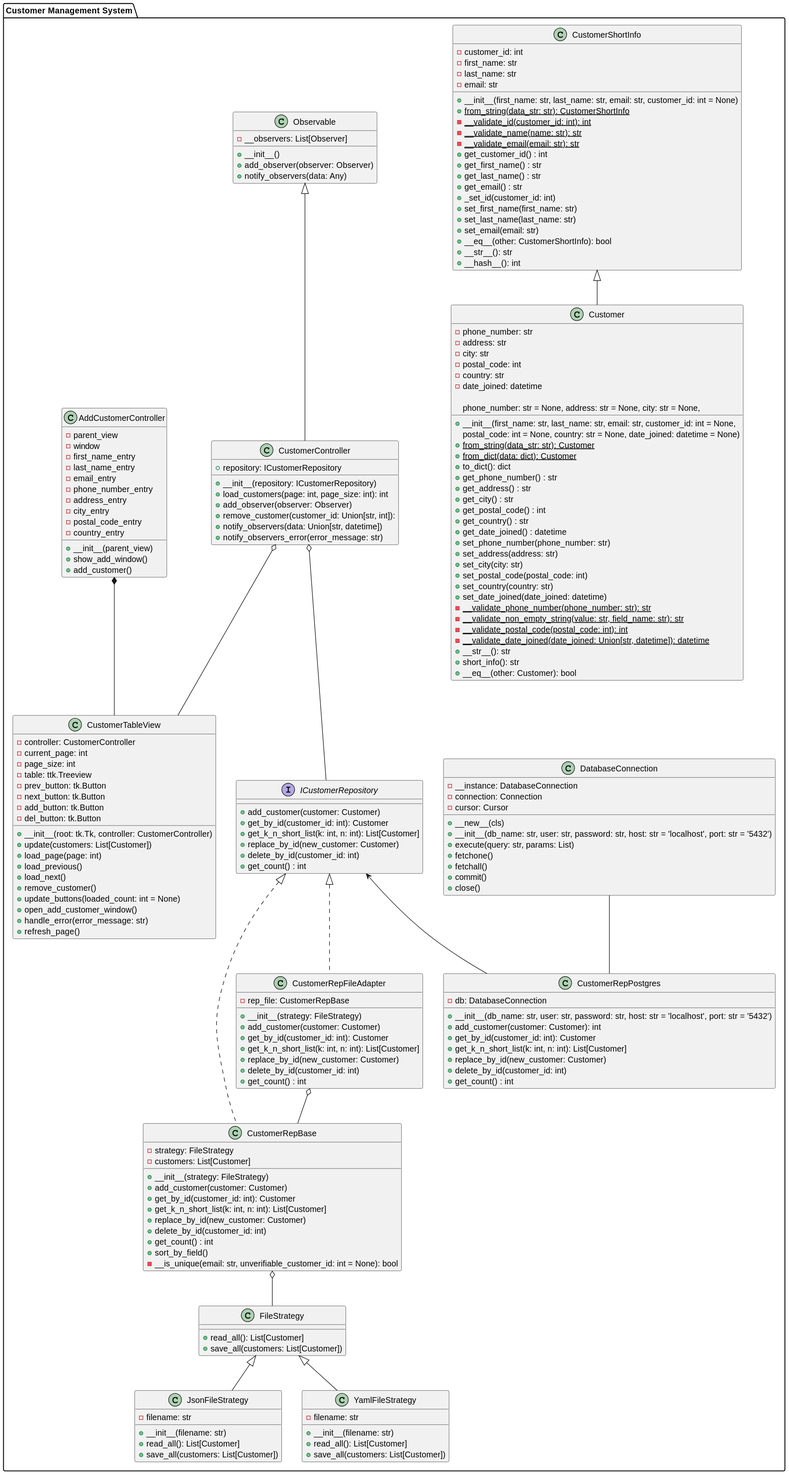
Earlier version of the PlantUML export Diagrams/class_diagram.svg (MrOganes/information-systems-design).
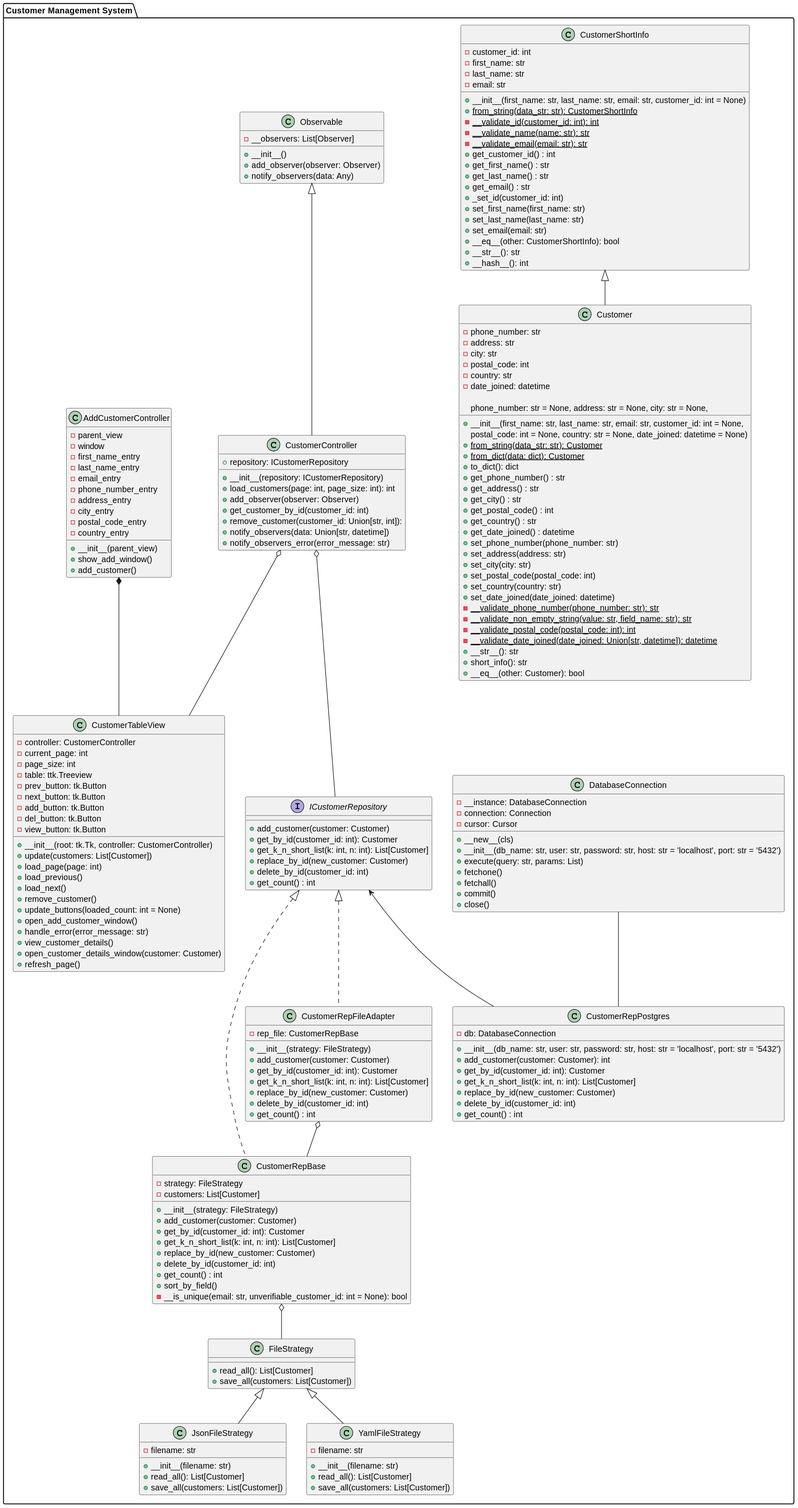
After the commit.

Commit message:
Lab 3. feat: Added the ability to view customer data in detail.

Diff of the diagram source:
```diff
@@ -157,6 +157,7 @@
         + __init__(repository: ICustomerRepository)
         + load_customers(page: int, page_size: int): int
         + add_observer(observer: Observer)
+        + get_customer_by_id(customer_id: int)
         + remove_customer(customer_id: Union[str, int]):
         + notify_observers(data: Union[str, datetime])
         + notify_observers_error(error_message: str)
@@ -171,6 +172,7 @@
         - next_button: tk.Button
         - add_button: tk.Button
         - del_button: tk.Button
+        - view_button: tk.Button
         + __init__(root: tk.Tk, controller: CustomerController)
         + update(customers: List[Customer])
         + load_page(page: int)
@@ -180,6 +182,8 @@
         + update_buttons(loaded_count: int = None)
         + open_add_customer_window()
         + handle_error(error_message: str)
+        + view_customer_details()
+        + open_customer_details_window(customer: Customer)
         + refresh_page()
     }
 
```
